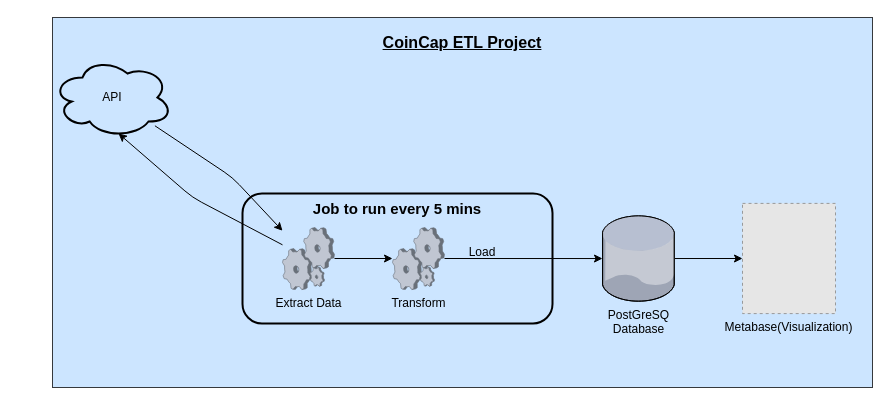
Before: docs/design.drawio in mikekenneth/coincap_etl_cron, a draw.io diagram. Source tidied: cells renumbered, new cells numbered last; positions are measured from the earlier drawing's top-left corner, leaving out a move shared by most shapes. Both pictures are drawn from the tidied source at 100%, with x=0, y=0 at pixel (52, 17). Pictures stored in the file or linked from it are replaced by grey dashed boxes.
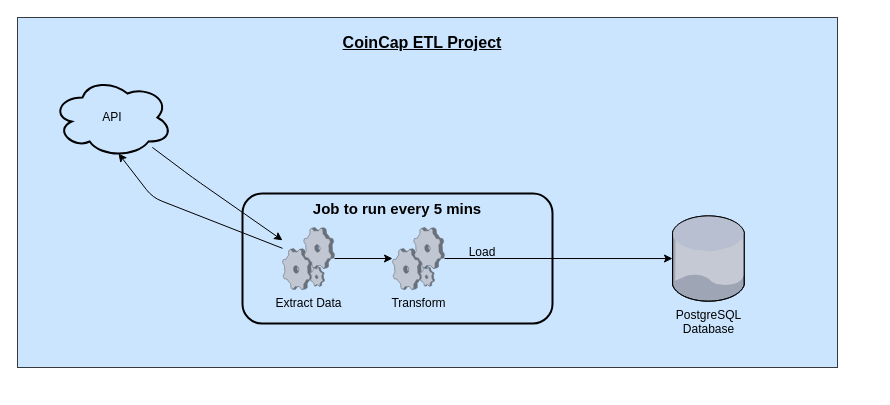
The same page after the edit.

Commit message (it also covers changes not shown here):
Correct Design

Change to the diagram source:
```diff
@@
 <mxGraphModel>
   <root>
     <mxCell id="0" />
     <mxCell id="1" parent="0" />
     <mxCell id="2" style="rounded=0;whiteSpace=wrap;html=1;labelBackgroundColor=none;fillColor=#cce5ff;strokeColor=#36393d;" parent="1" vertex="1">
-      <mxGeometry width="820" height="370" as="geometry" />
+      <mxGeometry x="-35" width="820" height="350" as="geometry" />
     </mxCell>
     <mxCell id="3" style="rounded=1;whiteSpace=wrap;html=1;fillColor=none;strokeColor=#000000;strokeWidth=2;fontColor=#000000;" parent="1" vertex="1">
       <mxGeometry x="190" y="176" width="310" height="130" as="geometry" />
     </mxCell>
     <mxCell id="4" style="edgeStyle=none;html=1;fontColor=#000000;strokeColor=#000000;" parent="1" edge="1" source="6" target="10">
       <mxGeometry relative="1" as="geometry" />
     </mxCell>
     <mxCell id="5" style="edgeStyle=none;html=1;entryX=0.55;entryY=0.95;entryDx=0;entryDy=0;entryPerimeter=0;fontColor=#000000;strokeColor=#000000;" parent="1" edge="1" source="6" target="12">
       <mxGeometry relative="1" as="geometry">
         <Array as="points">
-          <mxPoint x="140" y="180" />
+          <mxPoint x="100" y="180" />
         </Array>
       </mxGeometry>
     </mxCell>
     <mxCell id="6" value="Extract Data" style="verticalLabelPosition=bottom;sketch=0;html=1;verticalAlign=top;strokeColor=none;align=center;outlineConnect=0;shape=mxgraph.citrix.process;fontColor=#000000;" parent="1" vertex="1">
       <mxGeometry x="230" y="210" width="52" height="62" as="geometry" />
     </mxCell>
-    <mxCell id="7" style="edgeStyle=none;html=1;entryX=0;entryY=0.5;entryDx=0;entryDy=0;fontColor=#000000;strokeColor=#000000;" parent="1" edge="1" source="8" target="14">
-      <mxGeometry relative="1" as="geometry" />
-    </mxCell>
-    <mxCell id="8" value="&lt;font&gt;PostGreSQ&lt;br&gt;Database&lt;/font&gt;" style="verticalLabelPosition=bottom;sketch=0;html=1;verticalAlign=top;strokeColor=none;align=center;outlineConnect=0;shape=mxgraph.citrix.database;fontColor=#000000;" parent="1" vertex="1">
-      <mxGeometry x="550" y="198.4" width="72.5" height="85.3" as="geometry" />
+    <mxCell id="8" value="&lt;font&gt;PostgreSQL&lt;br&gt;Database&lt;/font&gt;" style="verticalLabelPosition=bottom;sketch=0;html=1;verticalAlign=top;strokeColor=none;align=center;outlineConnect=0;shape=mxgraph.citrix.database;fontColor=#000000;" parent="1" vertex="1">
+      <mxGeometry x="620" y="198.4" width="72.5" height="85.3" as="geometry" />
     </mxCell>
     <mxCell id="9" style="edgeStyle=none;html=1;fontColor=#000000;strokeColor=#000000;" parent="1" edge="1" source="10" target="8">
       <mxGeometry relative="1" as="geometry" />
     </mxCell>
     <mxCell id="10" value="Transform" style="verticalLabelPosition=bottom;sketch=0;html=1;verticalAlign=top;strokeColor=none;align=center;outlineConnect=0;shape=mxgraph.citrix.process;fontColor=#000000;" parent="1" vertex="1">
       <mxGeometry x="340" y="210" width="52" height="62" as="geometry" />
     </mxCell>
     <mxCell id="11" style="edgeStyle=none;html=1;fontColor=#000000;strokeColor=#000000;" parent="1" edge="1" source="12" target="6">
       <mxGeometry relative="1" as="geometry">
         <Array as="points">
-          <mxPoint x="180" y="160" />
+          <mxPoint x="140" y="160" />
         </Array>
       </mxGeometry>
     </mxCell>
     <mxCell id="12" value="API" style="ellipse;shape=cloud;whiteSpace=wrap;html=1;fillColor=none;strokeWidth=2;strokeColor=#000000;fontColor=#000000;" parent="1" vertex="1">
-      <mxGeometry y="40" width="120" height="80" as="geometry" />
+      <mxGeometry y="60" width="120" height="80" as="geometry" />
     </mxCell>
     <mxCell id="13" value="Load" style="text;html=1;strokeColor=none;fillColor=none;align=center;verticalAlign=middle;whiteSpace=wrap;rounded=0;fontColor=#000000;" parent="1" vertex="1">
       <mxGeometry x="400" y="220" width="60" height="30" as="geometry" />
     </mxCell>
-    <mxCell id="14" value="Metabase(Visualization)" style="fillColor=#E6E6E6;strokeColor=#999999;dashed=1;verticalLabelPosition=bottom;labelBackgroundColor=none;verticalAlign=top;fontColor=#000000;" parent="1" vertex="1">
-      <mxGeometry x="690" y="185.9" width="93" height="110.2" as="geometry" />
-    </mxCell>
     <mxCell id="15" value="&lt;b&gt;&lt;font style=&quot;font-size: 16px&quot;&gt;&lt;u&gt;CoinCap ETL Project&lt;/u&gt;&lt;/font&gt;&lt;/b&gt;" style="text;html=1;strokeColor=none;fillColor=none;align=center;verticalAlign=middle;whiteSpace=wrap;rounded=0;labelBackgroundColor=none;fontColor=#000000;" parent="1" vertex="1">
-      <mxGeometry x="245" y="10" width="330" height="30" as="geometry" />
+      <mxGeometry x="205" y="10" width="330" height="30" as="geometry" />
     </mxCell>
     <mxCell id="16" value="&lt;font style=&quot;font-size: 15px&quot;&gt;&lt;b&gt;Job to run every 5 mins&lt;/b&gt;&lt;/font&gt;" style="text;html=1;strokeColor=none;fillColor=none;align=center;verticalAlign=middle;whiteSpace=wrap;rounded=0;labelBackgroundColor=none;fontSize=16;fontColor=#000000;" parent="1" vertex="1">
       <mxGeometry x="240" y="176" width="210" height="30" as="geometry" />
     </mxCell>
   </root>
 </mxGraphModel>
```
